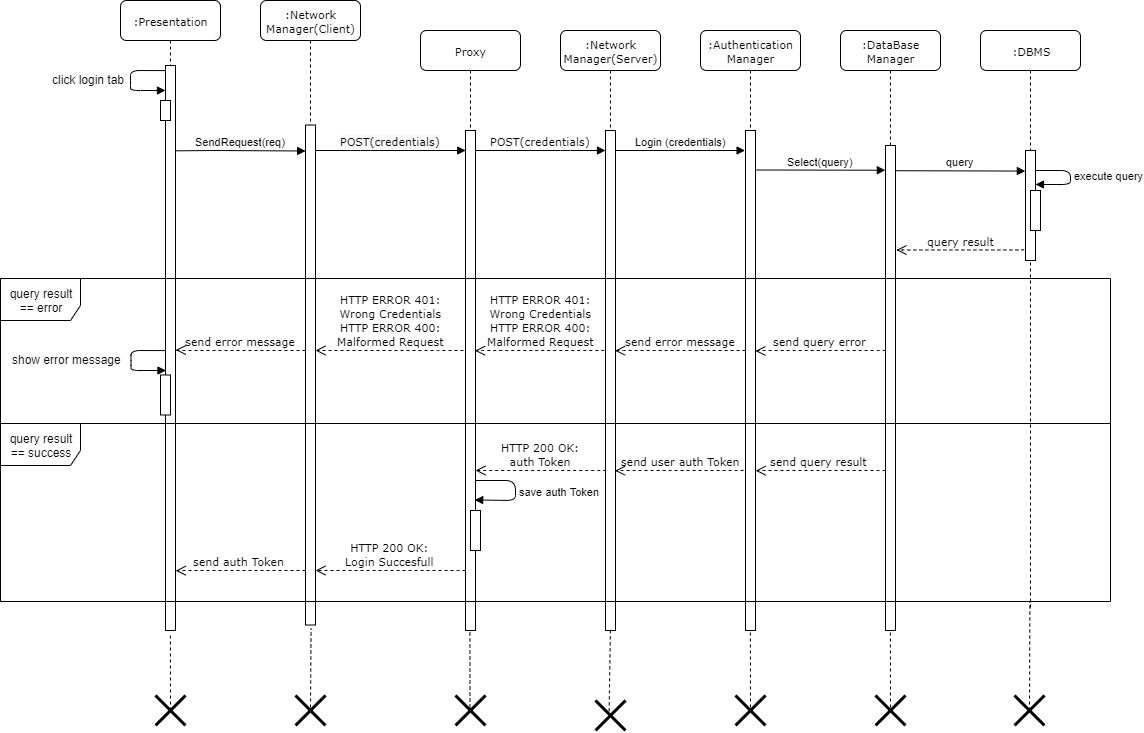
Before: DD/img/sequence_diagrams/login_sequence.png, a diagram exported from draw.io (dariomiceli3/SafeStreet). Source tidied: cells renumbered, new cells last; positions are measured from the earlier drawing's top-left corner, leaving out a move shared by most shapes.
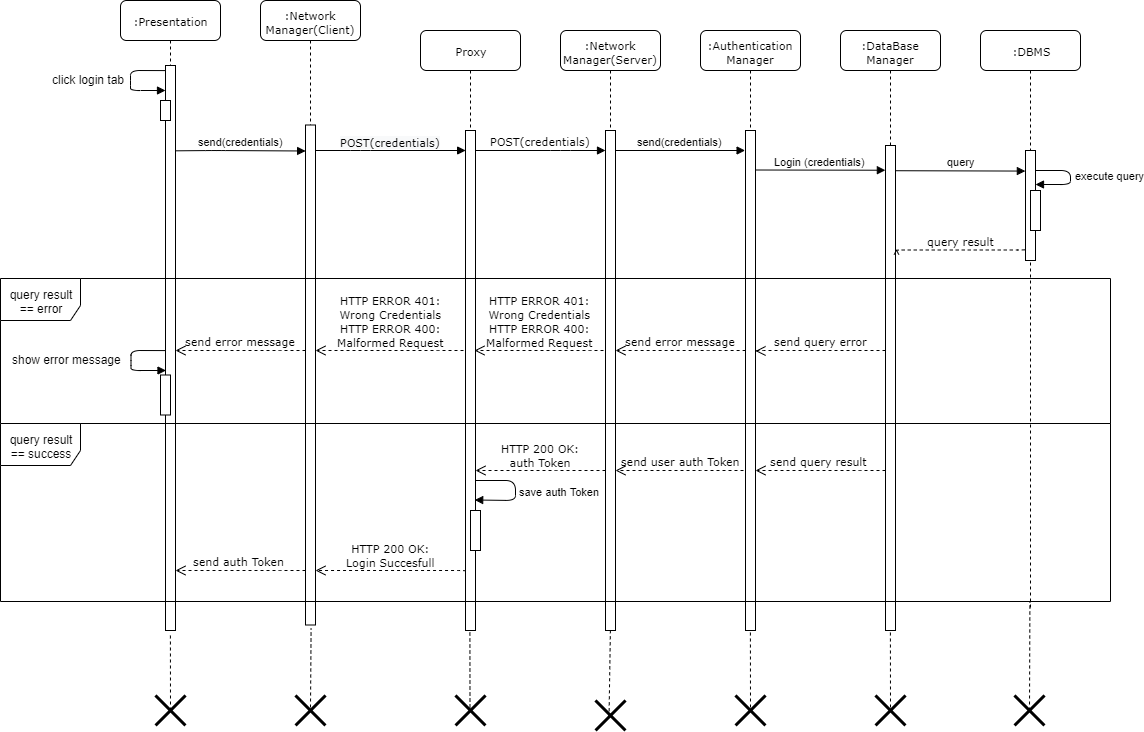
The same diagram one commit later.

What changed in the source:
```diff
@@ -88,7 +88,7 @@
     <mxCell id="21" style="html=1;perimeter=orthogonalPerimeter;rounded=0;shadow=0;comic=0;labelBackgroundColor=none;strokeWidth=1;fontFamily=Verdana;fontSize=12;align=center;" parent="1" vertex="1">
       <mxGeometry x="160" y="100" width="10" height="20" as="geometry" />
     </mxCell>
-    <mxCell id="22" value="SendRequest(req)" style="html=1;verticalAlign=bottom;endArrow=block;entryX=0.012;entryY=0.052;entryDx=0;entryDy=0;entryPerimeter=0;exitX=1.027;exitY=0.151;exitDx=0;exitDy=0;exitPerimeter=0;" parent="1" edge="1" source="15" target="3">
+    <mxCell id="22" value="send(credentials)" style="html=1;verticalAlign=bottom;endArrow=block;entryX=0.012;entryY=0.052;entryDx=0;entryDy=0;entryPerimeter=0;exitX=1.027;exitY=0.151;exitDx=0;exitDy=0;exitPerimeter=0;" parent="1" edge="1" source="15" target="3">
       <mxGeometry relative="1" as="geometry">
         <Array as="points">
           <mxPoint x="215" y="150" />
@@ -223,10 +223,10 @@
     <mxCell id="38" value="query result == error" style="shape=umlFrame;whiteSpace=wrap;html=1;fillColor=#FFFFFF;width=80;height=42;" parent="1" vertex="1">
       <mxGeometry y="278" width="1110" height="145" as="geometry" />
     </mxCell>
-    <mxCell id="39" value="Login (credentials)" style="html=1;verticalAlign=bottom;endArrow=block;exitX=0.973;exitY=0.04;exitDx=0;exitDy=0;exitPerimeter=0;entryX=-0.04;entryY=0.04;entryDx=0;entryDy=0;entryPerimeter=0;" parent="1" edge="1" source="17" target="19">
+    <mxCell id="39" value="send(credentials)" style="html=1;verticalAlign=bottom;endArrow=block;exitX=0.973;exitY=0.04;exitDx=0;exitDy=0;exitPerimeter=0;entryX=-0.04;entryY=0.04;entryDx=0;entryDy=0;entryPerimeter=0;" parent="1" edge="1" source="17" target="19">
       <mxGeometry x="0.01" relative="1" as="geometry" />
     </mxCell>
-    <mxCell id="40" value="Select(query)" style="html=1;verticalAlign=bottom;endArrow=block;exitX=0.973;exitY=0.079;exitDx=0;exitDy=0;exitPerimeter=0;entryX=-0.013;entryY=0.051;entryDx=0;entryDy=0;entryPerimeter=0;" parent="1" edge="1" source="19" target="10">
+    <mxCell id="40" value="Login (credentials)" style="html=1;verticalAlign=bottom;endArrow=block;exitX=0.973;exitY=0.079;exitDx=0;exitDy=0;exitPerimeter=0;entryX=-0.013;entryY=0.051;entryDx=0;entryDy=0;entryPerimeter=0;" parent="1" edge="1" source="19" target="10">
       <mxGeometry relative="1" as="geometry" />
     </mxCell>
     <mxCell id="41" value="query" style="html=1;verticalAlign=bottom;endArrow=block;exitX=1.053;exitY=0.052;exitDx=0;exitDy=0;exitPerimeter=0;entryX=-0.013;entryY=0.187;entryDx=0;entryDy=0;entryPerimeter=0;" parent="1" edge="1" source="10" target="12">
```
